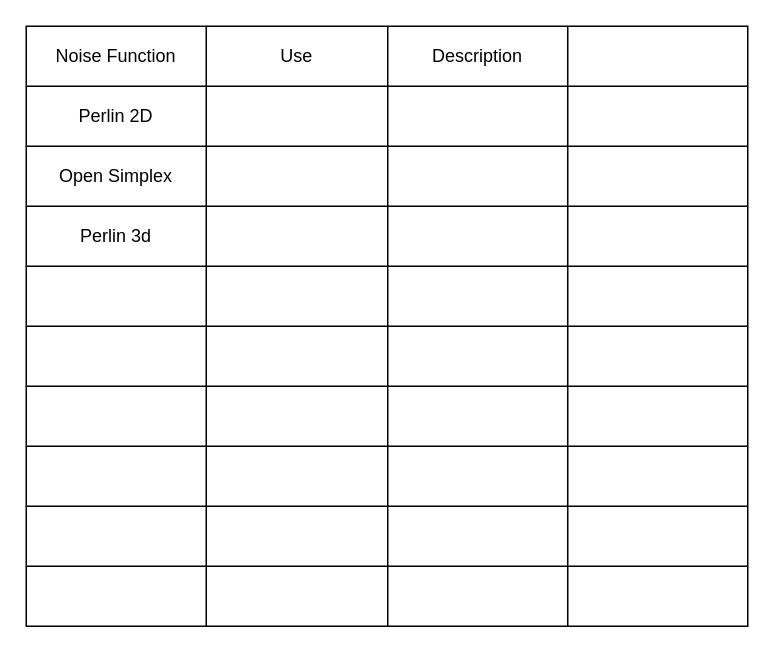
This is Untitled Diagram.drawio from NOSHIRTEDKEEPER/Brainstorming, a draw.io file, before an edit. Source tidied: cells renumbered, new cells numbered last; positions are measured from the earlier drawing's top-left corner, leaving out a move shared by most shapes. Both pictures are drawn from the tidied source at 150%, with x=0, y=0 at pixel (26, 26).
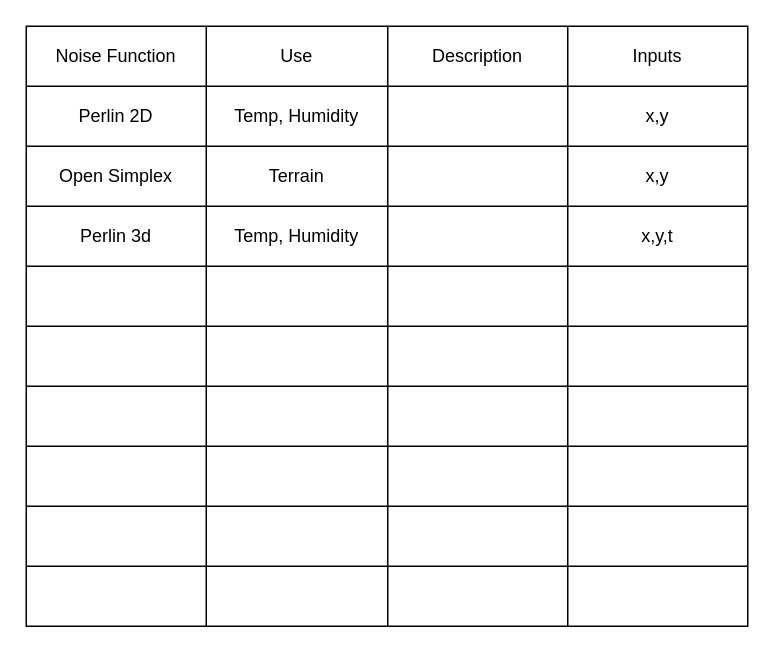
Above is the later version.

Unchanged cells that the change refers to:
```xml
<mxCell id="3" style="shape=tableRow;horizontal=0;startSize=0;swimlaneHead=0;swimlaneBody=0;strokeColor=inherit;top=0;left=0;bottom=0;right=0;fillColor=none;" parent="2" vertex="1">
  <mxGeometry width="481" height="40" as="geometry" />
</mxCell>
<mxCell id="8" style="shape=tableRow;horizontal=0;startSize=0;swimlaneHead=0;swimlaneBody=0;strokeColor=inherit;top=0;left=0;bottom=0;right=0;fillColor=none;" parent="2" vertex="1">
  <mxGeometry y="40" width="481" height="40" as="geometry" />
</mxCell>
<mxCell id="13" style="shape=tableRow;horizontal=0;startSize=0;swimlaneHead=0;swimlaneBody=0;strokeColor=inherit;top=0;left=0;bottom=0;right=0;fillColor=none;" parent="2" vertex="1">
  <mxGeometry y="80" width="481" height="40" as="geometry" />
</mxCell>
<mxCell id="18" style="shape=tableRow;horizontal=0;startSize=0;swimlaneHead=0;swimlaneBody=0;strokeColor=inherit;top=0;left=0;bottom=0;right=0;fillColor=none;" parent="2" vertex="1">
  <mxGeometry y="120" width="481" height="40" as="geometry" />
</mxCell>
```

Change to the diagram source:
```diff
@@
-    <mxCell id="7" style="shape=partialRectangle;html=1;whiteSpace=wrap;strokeColor=inherit;overflow=hidden;fillColor=none;top=0;left=0;bottom=0;right=0;" parent="3" vertex="1">
+    <mxCell id="7" value="Inputs" style="shape=partialRectangle;html=1;whiteSpace=wrap;strokeColor=inherit;overflow=hidden;fillColor=none;top=0;left=0;bottom=0;right=0;" parent="3" vertex="1">
       <mxGeometry x="361" width="120" height="40" as="geometry" />
     </mxCell>
@@
-    <mxCell id="10" style="shape=partialRectangle;html=1;whiteSpace=wrap;strokeColor=inherit;overflow=hidden;fillColor=none;top=0;left=0;bottom=0;right=0;" parent="8" vertex="1">
+    <mxCell id="10" value="Temp, Humidity" style="shape=partialRectangle;html=1;whiteSpace=wrap;strokeColor=inherit;overflow=hidden;fillColor=none;top=0;left=0;bottom=0;right=0;" parent="8" vertex="1">
       <mxGeometry x="120" width="121" height="40" as="geometry" />
     </mxCell>
@@
-    <mxCell id="12" style="shape=partialRectangle;html=1;whiteSpace=wrap;strokeColor=inherit;overflow=hidden;fillColor=none;top=0;left=0;bottom=0;right=0;" parent="8" vertex="1">
+    <mxCell id="12" value="x,y" style="shape=partialRectangle;html=1;whiteSpace=wrap;strokeColor=inherit;overflow=hidden;fillColor=none;top=0;left=0;bottom=0;right=0;" parent="8" vertex="1">
       <mxGeometry x="361" width="120" height="40" as="geometry" />
     </mxCell>
@@
-    <mxCell id="15" style="shape=partialRectangle;html=1;whiteSpace=wrap;strokeColor=inherit;overflow=hidden;fillColor=none;top=0;left=0;bottom=0;right=0;" parent="13" vertex="1">
+    <mxCell id="15" value="Terrain" style="shape=partialRectangle;html=1;whiteSpace=wrap;strokeColor=inherit;overflow=hidden;fillColor=none;top=0;left=0;bottom=0;right=0;" parent="13" vertex="1">
       <mxGeometry x="120" width="121" height="40" as="geometry" />
     </mxCell>
@@
-    <mxCell id="17" style="shape=partialRectangle;html=1;whiteSpace=wrap;strokeColor=inherit;overflow=hidden;fillColor=none;top=0;left=0;bottom=0;right=0;" parent="13" vertex="1">
+    <mxCell id="17" value="x,y" style="shape=partialRectangle;html=1;whiteSpace=wrap;strokeColor=inherit;overflow=hidden;fillColor=none;top=0;left=0;bottom=0;right=0;" parent="13" vertex="1">
       <mxGeometry x="361" width="120" height="40" as="geometry" />
     </mxCell>
@@
-    <mxCell id="20" style="shape=partialRectangle;html=1;whiteSpace=wrap;strokeColor=inherit;overflow=hidden;fillColor=none;top=0;left=0;bottom=0;right=0;" parent="18" vertex="1">
+    <mxCell id="20" value="Temp, Humidity" style="shape=partialRectangle;html=1;whiteSpace=wrap;strokeColor=inherit;overflow=hidden;fillColor=none;top=0;left=0;bottom=0;right=0;" parent="18" vertex="1">
       <mxGeometry x="120" width="121" height="40" as="geometry" />
     </mxCell>
@@
-    <mxCell id="22" style="shape=partialRectangle;html=1;whiteSpace=wrap;strokeColor=inherit;overflow=hidden;fillColor=none;top=0;left=0;bottom=0;right=0;" parent="18" vertex="1">
+    <mxCell id="22" value="x,y,t" style="shape=partialRectangle;html=1;whiteSpace=wrap;strokeColor=inherit;overflow=hidden;fillColor=none;top=0;left=0;bottom=0;right=0;" parent="18" vertex="1">
       <mxGeometry x="361" width="120" height="40" as="geometry" />
     </mxCell>
```
